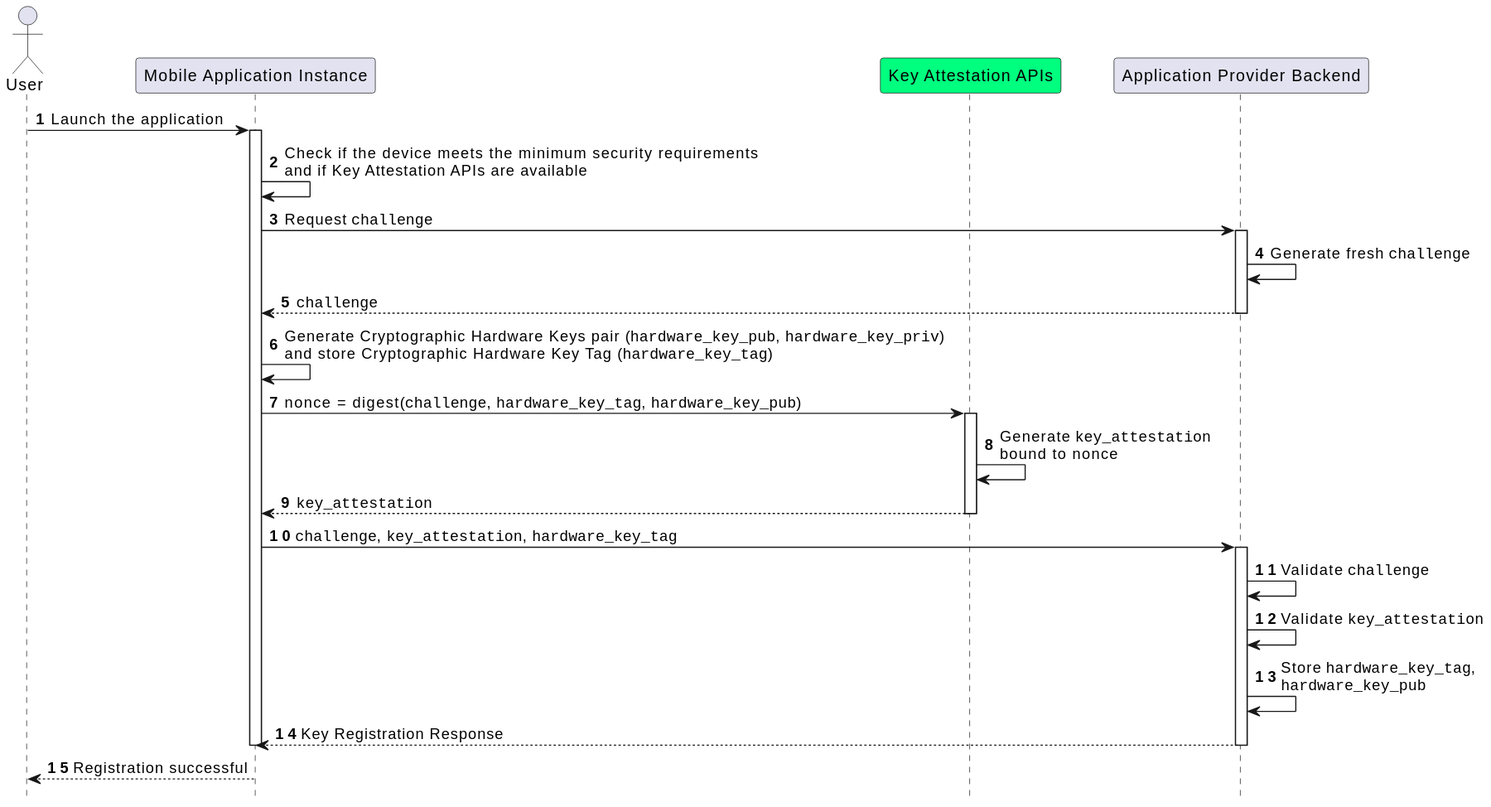
Above: images/application_instance_initialization.svg in italia/eid-wallet-it-docs (PlantUML), before the change.
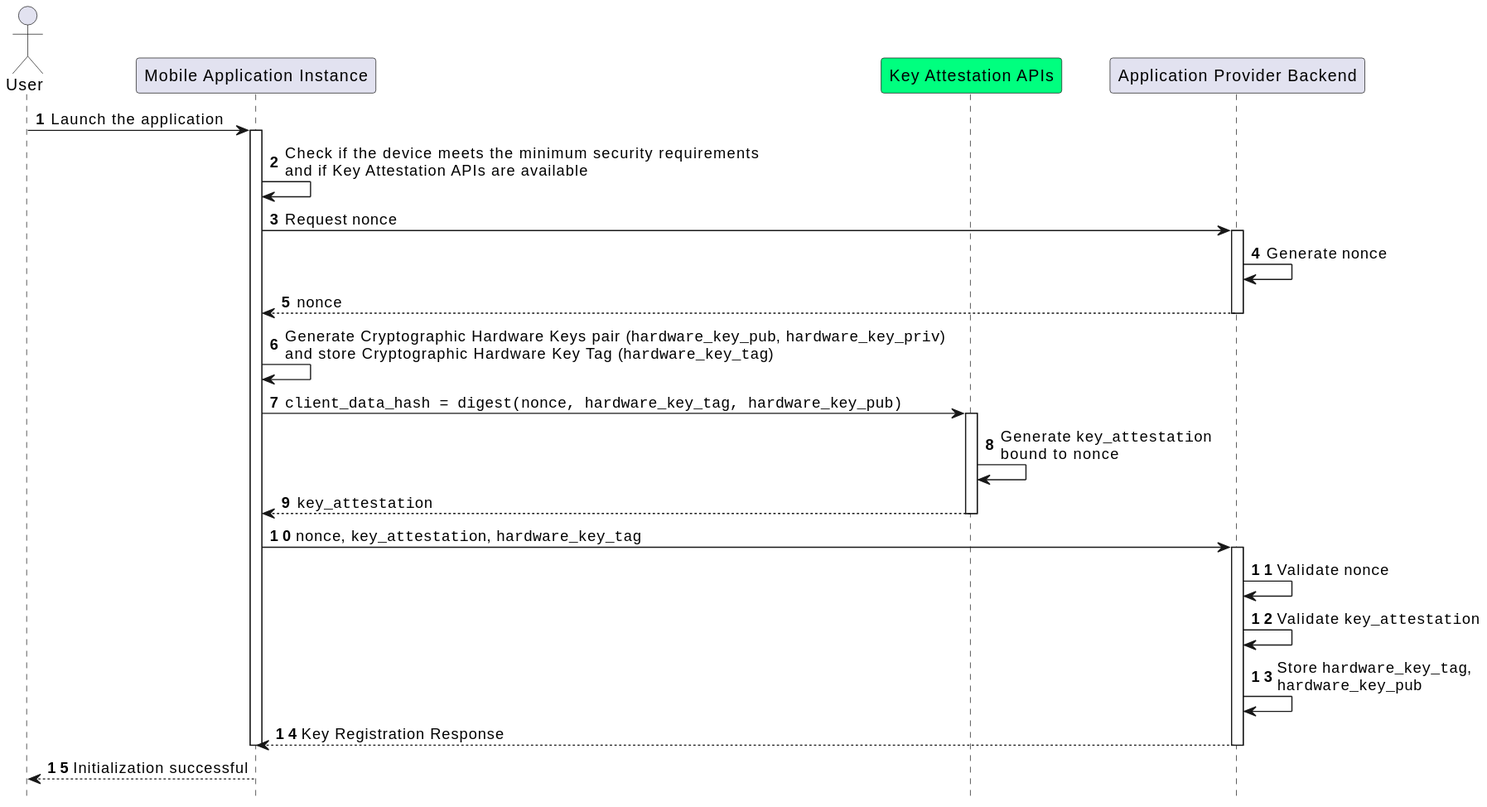
After the change.

Commit message:
fix: Update initialization diagram (nonce, initialization)

The edit, as a diff of the source:
```diff
@@ -12,37 +12,37 @@
 
 app->app: Check if the device meets the minimum security requirements\nand if Key Attestation APIs are available
 
-app->bck: Request ""challenge""
+app->bck: Request ""nonce""
 activate bck
 
-bck->bck: Generate fresh ""challenge""
+bck->bck: Generate ""nonce""
 
-bck-->app: ""challenge""
+bck-->app: ""nonce""
 deactivate bck
 
 app->app: Generate Cryptographic Hardware Keys pair (""hardware_key_pub"", ""hardware_key_priv"")\nand store Cryptographic Hardware Key Tag (""hardware_key_tag"")
 
-app->aats: nonce = digest(""challenge"", ""hardware_key_tag"", ""hardware_key_pub"")
+app->aats: ""client_data_hash = digest(nonce, hardware_key_tag, hardware_key_pub)""
 activate aats
 
-aats->aats: Generate ""key_attestation"" \nbound to nonce
+aats->aats: Generate ""key_attestation""\nbound to nonce
 
 aats-->app: ""key_attestation""
 deactivate aats
 
-app->bck: ""challenge"", ""key_attestation"", ""hardware_key_tag""
+app->bck: ""nonce"", ""key_attestation"", ""hardware_key_tag""
 activate bck
 
-bck->bck: Validate ""challenge""
+bck->bck: Validate ""nonce""
 
 bck->bck: Validate ""key_attestation""
 
-bck->bck: Store ""hardware_key_tag"", \n""hardware_key_pub""
+bck->bck: Store ""hardware_key_tag"",\n""hardware_key_pub""
 
 bck-->app: Key Registration Response
 
 deactivate bck
 deactivate app
 
-app-->user: Registration successful
+app-->user: Initialization successful
 @enduml
```
